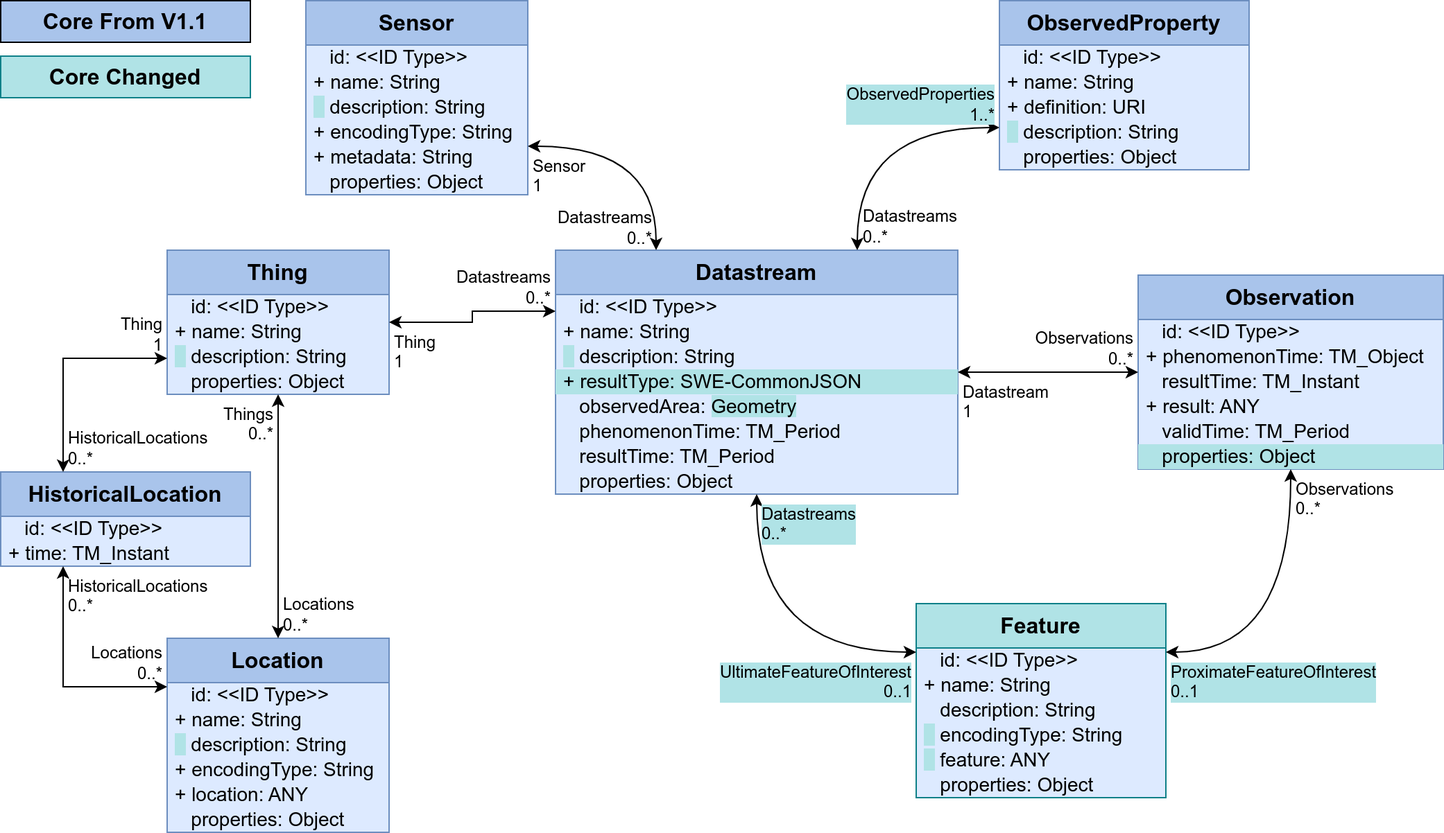
Before: figures/Datamodel-SensorThingsApi-V2-proposal-1-minimal.drawio.png, a diagram exported from draw.io (opengeospatial/sensorthings). Source tidied: cells renumbered, new cells last; positions are measured from the earlier drawing's top-left corner, leaving out a move shared by most shapes.
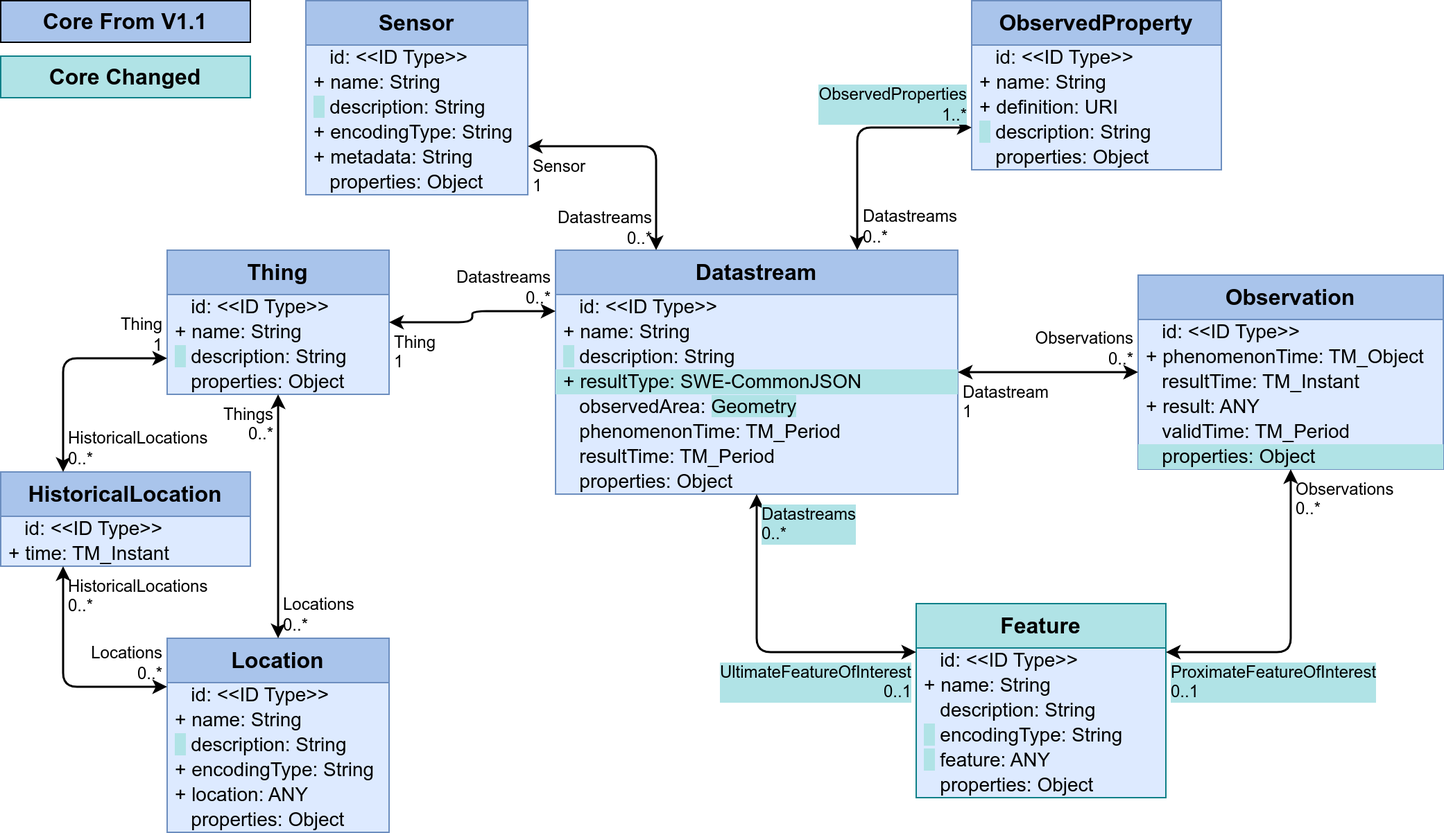
After the change.

The edit, as a diff of the source:
```diff
@@ -50,7 +50,7 @@
     <mxCell id="17" value="&amp;nbsp;&amp;nbsp;&amp;nbsp;properties: Object" style="text;strokeColor=none;fillColor=none;align=left;verticalAlign=middle;spacingLeft=4;spacingRight=4;overflow=visible;html=1;fontSize=14;" parent="11" vertex="1">
       <mxGeometry y="122" width="180" height="18" as="geometry" />
     </mxCell>
-    <mxCell id="18" style="endArrow=classic;startArrow=classic;html=1;rounded=0;exitX=0;exitY=0.25;exitDx=0;exitDy=0;edgeStyle=orthogonalEdgeStyle;entryX=0.5;entryY=1;entryDx=0;entryDy=0;curved=1;" parent="1" edge="1" source="11" target="2">
+    <mxCell id="18" style="endArrow=classic;startArrow=classic;html=1;rounded=1;exitX=0;exitY=0.25;exitDx=0;exitDy=0;edgeStyle=orthogonalEdgeStyle;entryX=0.5;entryY=1;entryDx=0;entryDy=0;curved=0;strokeWidth=1.5;" parent="1" edge="1" source="11" target="2">
       <mxGeometry relative="1" as="geometry" />
     </mxCell>
     <mxCell id="19" value="UltimateFeatureOfInterest&lt;br&gt;0..1" style="edgeLabel;html=1;align=right;verticalAlign=top;labelBackgroundColor=#B0E3E6;fontSize=12;spacingLeft=1;spacing=3;spacingRight=2;" parent="18" vertex="1">
@@ -89,7 +89,7 @@
     <mxCell id="30" value="&amp;nbsp;&amp;nbsp;&amp;nbsp;properties: Object" style="text;strokeColor=none;fillColor=none;align=left;verticalAlign=middle;spacingLeft=4;spacingRight=4;overflow=visible;html=1;fontSize=14;" parent="24" vertex="1">
       <mxGeometry y="122" width="160" height="18" as="geometry" />
     </mxCell>
-    <mxCell id="31" style="endArrow=classic;startArrow=classic;html=1;rounded=0;entryX=0.25;entryY=1;entryDx=0;entryDy=0;edgeStyle=orthogonalEdgeStyle;exitX=0;exitY=0.25;exitDx=0;exitDy=0;" parent="1" edge="1" source="24" target="21">
+    <mxCell id="31" style="endArrow=classic;startArrow=classic;html=1;rounded=1;entryX=0.25;entryY=1;entryDx=0;entryDy=0;edgeStyle=orthogonalEdgeStyle;exitX=0;exitY=0.25;exitDx=0;exitDy=0;strokeWidth=1.5;curved=0;" parent="1" edge="1" source="24" target="21">
       <mxGeometry relative="1" as="geometry" />
     </mxCell>
     <mxCell id="32" value="Locations&lt;br&gt;0..*" style="edgeLabel;html=1;align=right;verticalAlign=bottom;labelBackgroundColor=none;fontSize=12;spacingLeft=1;spacing=3;spacingRight=2;" parent="31" vertex="1">
@@ -119,7 +119,7 @@
     <mxCell id="40" value="&amp;nbsp;&amp;nbsp;&amp;nbsp;properties: Object" style="text;strokeColor=none;fillColor=#b0e3e6;align=left;verticalAlign=middle;spacingLeft=4;spacingRight=4;overflow=visible;html=1;fontSize=14;" parent="34" vertex="1">
       <mxGeometry y="122" width="220" height="18" as="geometry" />
     </mxCell>
-    <mxCell id="41" style="endArrow=classic;startArrow=classic;html=1;rounded=0;exitX=0;exitY=0.5;exitDx=0;exitDy=0;entryX=1;entryY=0.5;entryDx=0;entryDy=0;edgeStyle=orthogonalEdgeStyle;" parent="1" edge="1" source="34" target="2">
+    <mxCell id="41" style="endArrow=classic;startArrow=classic;html=1;rounded=1;exitX=0;exitY=0.5;exitDx=0;exitDy=0;entryX=1;entryY=0.5;entryDx=0;entryDy=0;edgeStyle=orthogonalEdgeStyle;strokeWidth=1.5;curved=0;" parent="1" edge="1" source="34" target="2">
       <mxGeometry relative="1" as="geometry" />
     </mxCell>
     <mxCell id="42" value="Observations&lt;br&gt;0..*" style="edgeLabel;html=1;align=right;verticalAlign=bottom;labelBackgroundColor=none;fontSize=12;spacingLeft=1;spacing=3;spacingRight=2;" parent="41" vertex="1">
@@ -128,7 +128,7 @@
     <mxCell id="43" value="Datastream&lt;br&gt;1" style="edgeLabel;html=1;align=left;verticalAlign=top;labelBackgroundColor=none;fontSize=12;spacingLeft=1;spacing=3;spacingRight=2;" parent="41" vertex="1">
       <mxGeometry x="1" relative="1" as="geometry" />
     </mxCell>
-    <mxCell id="44" style="endArrow=classic;startArrow=classic;html=1;rounded=0;exitX=0.5;exitY=1;exitDx=0;exitDy=0;edgeStyle=orthogonalEdgeStyle;entryX=1;entryY=0.25;entryDx=0;entryDy=0;curved=1;" parent="1" edge="1" source="34" target="11">
+    <mxCell id="44" style="endArrow=classic;startArrow=classic;html=1;rounded=1;exitX=0.5;exitY=1;exitDx=0;exitDy=0;edgeStyle=orthogonalEdgeStyle;entryX=1;entryY=0.25;entryDx=0;entryDy=0;curved=0;strokeWidth=1.5;" parent="1" edge="1" source="34" target="11">
       <mxGeometry relative="1" as="geometry" />
     </mxCell>
     <mxCell id="45" value="Observations&lt;br&gt;0..*" style="edgeLabel;html=1;align=left;verticalAlign=top;labelBackgroundColor=none;fontSize=12;spacingLeft=1;spacing=3;spacingRight=2;" parent="44" vertex="1">
@@ -138,7 +138,7 @@
       <mxGeometry x="1" relative="1" as="geometry" />
     </mxCell>
     <mxCell id="47" value="ObservedProperty" style="swimlane;fontStyle=1;horizontal=1;startSize=32;fontSize=16;whiteSpace=wrap;html=1;fillColor=#A9C4EB;strokeColor=#6c8ebf;swimlaneFillColor=#DDEAFF;verticalAlign=top;" parent="1" vertex="1">
-      <mxGeometry x="720" width="180" height="122" as="geometry" />
+      <mxGeometry x="700" width="180" height="122" as="geometry" />
     </mxCell>
     <mxCell id="48" value="&amp;nbsp;&amp;nbsp;&amp;nbsp;id: &amp;lt;&amp;lt;ID Type&amp;gt;&amp;gt;" style="text;strokeColor=none;fillColor=none;align=left;verticalAlign=middle;spacingLeft=4;spacingRight=4;overflow=visible;html=1;fontSize=14;" parent="47" vertex="1">
       <mxGeometry y="32" width="180" height="18" as="geometry" />
@@ -155,7 +155,7 @@
     <mxCell id="52" value="&amp;nbsp;&amp;nbsp;&amp;nbsp;properties: Object" style="text;strokeColor=none;fillColor=none;align=left;verticalAlign=middle;spacingLeft=4;spacingRight=4;overflow=visible;html=1;fontSize=14;" parent="47" vertex="1">
       <mxGeometry y="104" width="180" height="18" as="geometry" />
     </mxCell>
-    <mxCell id="53" style="endArrow=classic;startArrow=classic;html=1;rounded=0;edgeStyle=orthogonalEdgeStyle;entryX=0.75;entryY=0;entryDx=0;entryDy=0;exitX=0;exitY=0.75;exitDx=0;exitDy=0;curved=1;" parent="1" edge="1" source="47" target="2">
+    <mxCell id="53" style="endArrow=classic;startArrow=classic;html=1;rounded=1;edgeStyle=orthogonalEdgeStyle;entryX=0.75;entryY=0;entryDx=0;entryDy=0;exitX=0;exitY=0.75;exitDx=0;exitDy=0;curved=0;strokeWidth=1.5;" parent="1" edge="1" source="47" target="2">
       <mxGeometry relative="1" as="geometry" />
     </mxCell>
     <mxCell id="54" value="ObservedProperties&lt;br&gt;1..*" style="edgeLabel;html=1;align=right;verticalAlign=bottom;labelBackgroundColor=#B0E3E6;fontSize=12;spacingLeft=1;spacing=3;spacingRight=2;" parent="53" vertex="1">
@@ -185,7 +185,7 @@
     <mxCell id="62" value="&amp;nbsp;&amp;nbsp;&amp;nbsp;properties: Object" style="text;strokeColor=none;fillColor=none;align=left;verticalAlign=middle;spacingLeft=4;spacingRight=4;overflow=visible;html=1;fontSize=14;" parent="56" vertex="1">
       <mxGeometry y="122" width="160" height="18" as="geometry" />
     </mxCell>
-    <mxCell id="63" style="endArrow=classic;startArrow=classic;html=1;rounded=0;entryX=0.25;entryY=0;entryDx=0;entryDy=0;edgeStyle=orthogonalEdgeStyle;exitX=1;exitY=0.75;exitDx=0;exitDy=0;curved=1;" parent="1" edge="1" source="56" target="2">
+    <mxCell id="63" style="endArrow=classic;startArrow=classic;html=1;rounded=1;entryX=0.25;entryY=0;entryDx=0;entryDy=0;edgeStyle=orthogonalEdgeStyle;exitX=1;exitY=0.75;exitDx=0;exitDy=0;curved=0;strokeWidth=1.5;" parent="1" edge="1" source="56" target="2">
       <mxGeometry relative="1" as="geometry" />
     </mxCell>
     <mxCell id="64" value="Sensor&lt;br&gt;1" style="edgeLabel;html=1;align=left;verticalAlign=top;labelBackgroundColor=none;fontSize=12;spacingLeft=1;spacing=3;spacingRight=2;" parent="63" vertex="1">
@@ -209,7 +209,7 @@
     <mxCell id="70" value="&amp;nbsp;&amp;nbsp;&amp;nbsp;properties: Object" style="text;strokeColor=none;fillColor=none;align=left;verticalAlign=middle;spacingLeft=4;spacingRight=4;overflow=visible;html=1;fontSize=14;" parent="66" vertex="1">
       <mxGeometry y="86" width="160" height="18" as="geometry" />
     </mxCell>
-    <mxCell id="71" style="endArrow=classic;startArrow=classic;html=1;rounded=0;exitX=0;exitY=0.75;exitDx=0;exitDy=0;edgeStyle=orthogonalEdgeStyle;entryX=0.25;entryY=0;entryDx=0;entryDy=0;" parent="1" edge="1" source="66" target="21">
+    <mxCell id="71" style="endArrow=classic;startArrow=classic;html=1;rounded=1;exitX=0;exitY=0.75;exitDx=0;exitDy=0;edgeStyle=orthogonalEdgeStyle;entryX=0.25;entryY=0;entryDx=0;entryDy=0;strokeWidth=1.5;curved=0;" parent="1" edge="1" source="66" target="21">
       <mxGeometry relative="1" as="geometry" />
     </mxCell>
     <mxCell id="72" value="Thing&lt;br&gt;1" style="edgeLabel;html=1;align=right;verticalAlign=bottom;labelBackgroundColor=none;fontSize=12;spacingLeft=1;spacing=3;spacingRight=2;" parent="71" vertex="1">
@@ -218,7 +218,7 @@
     <mxCell id="73" value="HistoricalLocations&lt;br&gt;0..*" style="edgeLabel;html=1;align=left;verticalAlign=bottom;labelBackgroundColor=none;fontSize=12;spacingLeft=1;spacing=3;spacingRight=2;" parent="71" vertex="1">
       <mxGeometry x="1" relative="1" as="geometry" />
     </mxCell>
-    <mxCell id="74" style="endArrow=classic;startArrow=classic;html=1;rounded=0;noEdgeStyle=1;entryX=0.5;entryY=0;entryDx=0;entryDy=0;exitX=0.5;exitY=1;exitDx=0;exitDy=0;" parent="1" edge="1" source="66" target="24">
+    <mxCell id="74" style="endArrow=classic;startArrow=classic;html=1;rounded=1;noEdgeStyle=1;entryX=0.5;entryY=0;entryDx=0;entryDy=0;exitX=0.5;exitY=1;exitDx=0;exitDy=0;strokeWidth=1.5;curved=0;" parent="1" edge="1" source="66" target="24">
       <mxGeometry relative="1" as="geometry" />
     </mxCell>
     <mxCell id="75" value="Things&lt;br&gt;0..*" style="edgeLabel;html=1;align=right;verticalAlign=top;labelBackgroundColor=none;fontSize=12;spacingLeft=1;spacing=3;spacingRight=2;" parent="74" vertex="1">
@@ -227,7 +227,7 @@
     <mxCell id="76" value="Locations&lt;br&gt;0..*" style="edgeLabel;html=1;align=left;verticalAlign=bottom;labelBackgroundColor=none;fontSize=12;spacingLeft=1;spacing=3;spacingRight=2;" parent="74" vertex="1">
       <mxGeometry x="1" relative="1" as="geometry" />
     </mxCell>
-    <mxCell id="77" style="endArrow=classic;startArrow=classic;html=1;rounded=0;entryX=0;entryY=0.25;entryDx=0;entryDy=0;exitX=1;exitY=0.5;exitDx=0;exitDy=0;edgeStyle=orthogonalEdgeStyle;" parent="1" edge="1" source="66" target="2">
+    <mxCell id="77" style="endArrow=classic;startArrow=classic;html=1;rounded=1;entryX=0;entryY=0.25;entryDx=0;entryDy=0;exitX=1;exitY=0.5;exitDx=0;exitDy=0;edgeStyle=orthogonalEdgeStyle;strokeWidth=1.5;curved=0;" parent="1" edge="1" source="66" target="2">
       <mxGeometry relative="1" as="geometry" />
     </mxCell>
     <mxCell id="78" value="Thing&lt;br&gt;1" style="edgeLabel;html=1;align=left;verticalAlign=top;labelBackgroundColor=none;fontSize=12;spacingLeft=1;spacing=3;spacingRight=2;" parent="77" vertex="1">
```
